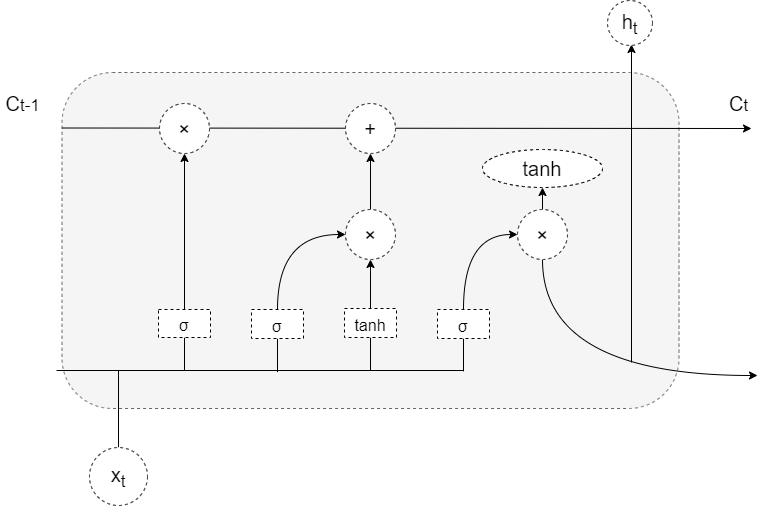
lakomi/pictures keeps this draw.io diagram as Untitled Diagram.drawio.png. Above is the earlier version. Source tidied: cells renumbered, new cells last; positions are measured from the earlier drawing's top-left corner, leaving out a move shared by most shapes.
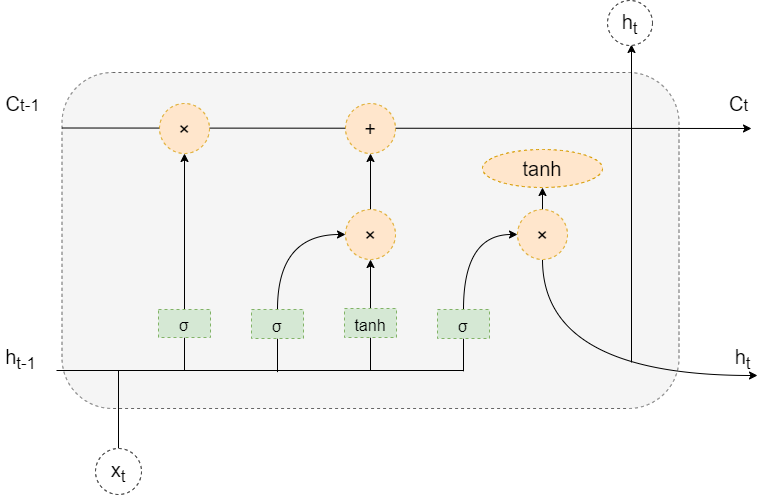
The same file after the commit.

Diff of the diagram source:
```diff
@@ -10,8 +10,8 @@
         <mxPoint x="118" y="370" as="targetPoint" />
       </mxGeometry>
     </mxCell>
-    <mxCell id="4" value="x&lt;sub&gt;t&lt;br&gt;&lt;/sub&gt;" style="ellipse;whiteSpace=wrap;html=1;dashed=1;fontSize=20;strokeColor=#000000;strokeWidth=1;" parent="1" vertex="1">
-      <mxGeometry x="89" y="447" width="58" height="58" as="geometry" />
+    <mxCell id="4" value="x&lt;sub&gt;t&lt;/sub&gt;" style="ellipse;whiteSpace=wrap;html=1;dashed=1;fontSize=20;strokeColor=#000000;strokeWidth=1;" parent="1" vertex="1">
+      <mxGeometry x="95" y="448" width="46" height="46" as="geometry" />
     </mxCell>
     <mxCell id="5" style="edgeStyle=orthogonalEdgeStyle;rounded=0;jettySize=auto;html=1;exitX=0.5;exitY=0;exitDx=0;exitDy=0;entryX=0.5;entryY=1;entryDx=0;entryDy=0;fontSize=20;" parent="1" edge="1" source="7" target="24">
       <mxGeometry relative="1" as="geometry" />
@@ -21,7 +21,7 @@
         <mxPoint x="184" y="370" as="targetPoint" />
       </mxGeometry>
     </mxCell>
-    <mxCell id="7" value="&lt;p class=&quot;MsoNormal&quot;&gt;&lt;span style=&quot;font-size: 12.0000pt&quot;&gt;σ&lt;/span&gt;&lt;/p&gt;" style="rounded=0;whiteSpace=wrap;html=1;dashed=1;fontSize=20;strokeColor=#000000;strokeWidth=1;" parent="1" vertex="1">
+    <mxCell id="7" value="&lt;p class=&quot;MsoNormal&quot;&gt;&lt;span style=&quot;font-size: 12.0000pt&quot;&gt;σ&lt;/span&gt;&lt;/p&gt;" style="rounded=0;whiteSpace=wrap;html=1;dashed=1;fontSize=20;strokeColor=#82b366;strokeWidth=1;fillColor=#d5e8d4;" parent="1" vertex="1">
       <mxGeometry x="158" y="309" width="52" height="28" as="geometry" />
     </mxCell>
     <mxCell id="8" style="edgeStyle=orthogonalEdgeStyle;rounded=0;jettySize=auto;html=1;exitX=0.5;exitY=0;exitDx=0;exitDy=0;entryX=0;entryY=0.5;entryDx=0;entryDy=0;fontSize=20;curved=1;" parent="1" edge="1" source="10" target="18">
@@ -32,7 +32,7 @@
         <mxPoint x="277" y="371.6" as="targetPoint" />
       </mxGeometry>
     </mxCell>
-    <mxCell id="10" value="&lt;p class=&quot;MsoNormal&quot;&gt;&lt;span style=&quot;font-size: 12.0000pt&quot;&gt;σ&lt;/span&gt;&lt;/p&gt;" style="rounded=0;whiteSpace=wrap;html=1;dashed=1;fontSize=20;strokeColor=#000000;strokeWidth=1;" parent="1" vertex="1">
+    <mxCell id="10" value="&lt;p class=&quot;MsoNormal&quot;&gt;&lt;span style=&quot;font-size: 12.0000pt&quot;&gt;σ&lt;/span&gt;&lt;/p&gt;" style="rounded=0;whiteSpace=wrap;html=1;dashed=1;fontSize=20;strokeColor=#82b366;strokeWidth=1;fillColor=#d5e8d4;" parent="1" vertex="1">
       <mxGeometry x="251" y="309" width="52" height="29" as="geometry" />
     </mxCell>
     <mxCell id="11" style="edgeStyle=orthogonalEdgeStyle;rounded=0;jettySize=auto;html=1;exitX=0.5;exitY=0;exitDx=0;exitDy=0;entryX=0.5;entryY=1;entryDx=0;entryDy=0;fontSize=20;" parent="1" edge="1" source="13" target="18">
@@ -43,7 +43,7 @@
         <mxPoint x="370" y="370" as="targetPoint" />
       </mxGeometry>
     </mxCell>
-    <mxCell id="13" value="&lt;p class=&quot;MsoNormal&quot;&gt;&lt;span style=&quot;font-size: 12.0000pt&quot;&gt;tanh&lt;/span&gt;&lt;/p&gt;" style="rounded=0;whiteSpace=wrap;html=1;dashed=1;fontSize=20;strokeColor=#000000;strokeWidth=1;" parent="1" vertex="1">
+    <mxCell id="13" value="&lt;p class=&quot;MsoNormal&quot;&gt;&lt;span style=&quot;font-size: 12.0000pt&quot;&gt;tanh&lt;/span&gt;&lt;/p&gt;" style="rounded=0;whiteSpace=wrap;html=1;dashed=1;fontSize=20;strokeColor=#82b366;strokeWidth=1;fillColor=#d5e8d4;" parent="1" vertex="1">
       <mxGeometry x="344" y="308" width="52" height="29" as="geometry" />
     </mxCell>
     <mxCell id="14" style="edgeStyle=orthogonalEdgeStyle;rounded=0;jettySize=auto;html=1;exitX=0.5;exitY=0;exitDx=0;exitDy=0;entryX=0;entryY=0.5;entryDx=0;entryDy=0;fontSize=20;curved=1;" parent="1" edge="1" source="16" target="21">
@@ -54,13 +54,13 @@
         <mxPoint x="463" y="370.8" as="targetPoint" />
       </mxGeometry>
     </mxCell>
-    <mxCell id="16" value="&lt;p class=&quot;MsoNormal&quot;&gt;&lt;span style=&quot;font-size: 12.0000pt&quot;&gt;σ&lt;/span&gt;&lt;/p&gt;" style="rounded=0;whiteSpace=wrap;html=1;dashed=1;fontSize=20;strokeColor=#000000;strokeWidth=1;" parent="1" vertex="1">
+    <mxCell id="16" value="&lt;p class=&quot;MsoNormal&quot;&gt;&lt;span style=&quot;font-size: 12.0000pt&quot;&gt;σ&lt;/span&gt;&lt;/p&gt;" style="rounded=0;whiteSpace=wrap;html=1;dashed=1;fontSize=20;strokeColor=#82b366;strokeWidth=1;fillColor=#d5e8d4;" parent="1" vertex="1">
       <mxGeometry x="437" y="309" width="52" height="29" as="geometry" />
     </mxCell>
     <mxCell id="17" style="edgeStyle=orthogonalEdgeStyle;rounded=0;jettySize=auto;html=1;exitX=0.5;exitY=0;exitDx=0;exitDy=0;entryX=0.5;entryY=1;entryDx=0;entryDy=0;fontSize=20;" parent="1" edge="1" source="18" target="25">
       <mxGeometry relative="1" as="geometry" />
     </mxCell>
-    <mxCell id="18" value="×" style="ellipse;whiteSpace=wrap;html=1;dashed=1;fontSize=20;strokeColor=#000000;strokeWidth=1;" parent="1" vertex="1">
+    <mxCell id="18" value="×" style="ellipse;whiteSpace=wrap;html=1;dashed=1;fontSize=20;strokeColor=#d79b00;strokeWidth=1;fillColor=#ffe6cc;" parent="1" vertex="1">
       <mxGeometry x="345" y="209" width="50" height="50" as="geometry" />
     </mxCell>
     <mxCell id="19" style="edgeStyle=orthogonalEdgeStyle;rounded=0;jettySize=auto;html=1;exitX=0.5;exitY=0;exitDx=0;exitDy=0;entryX=0.5;entryY=1;entryDx=0;entryDy=0;fontSize=20;" parent="1" edge="1" source="21" target="22">
@@ -75,10 +75,10 @@
         </Array>
       </mxGeometry>
     </mxCell>
-    <mxCell id="21" value="×" style="ellipse;whiteSpace=wrap;html=1;dashed=1;fontSize=20;strokeColor=#000000;strokeWidth=1;" parent="1" vertex="1">
+    <mxCell id="21" value="×" style="ellipse;whiteSpace=wrap;html=1;dashed=1;fontSize=20;strokeColor=#d79b00;strokeWidth=1;fillColor=#ffe6cc;" parent="1" vertex="1">
       <mxGeometry x="517" y="209" width="50" height="50" as="geometry" />
     </mxCell>
-    <mxCell id="22" value="tanh" style="ellipse;whiteSpace=wrap;html=1;dashed=1;fontSize=20;strokeColor=#000000;strokeWidth=1;" parent="1" vertex="1">
+    <mxCell id="22" value="tanh" style="ellipse;whiteSpace=wrap;html=1;dashed=1;fontSize=20;strokeColor=#d79b00;strokeWidth=1;fillColor=#ffe6cc;" parent="1" vertex="1">
       <mxGeometry x="482" y="149" width="120" height="38" as="geometry" />
     </mxCell>
     <mxCell id="23" style="endArrow=classic;html=1;rounded=0;fontSize=20;curved=1;" parent="1" edge="1">
@@ -87,10 +87,10 @@
         <mxPoint x="751" y="128" as="targetPoint" />
       </mxGeometry>
     </mxCell>
-    <mxCell id="24" value="×" style="ellipse;whiteSpace=wrap;html=1;dashed=1;fontSize=20;strokeColor=#000000;strokeWidth=1;" parent="1" vertex="1">
+    <mxCell id="24" value="×" style="ellipse;whiteSpace=wrap;html=1;dashed=1;fontSize=20;strokeColor=#d79b00;strokeWidth=1;fillColor=#ffe6cc;" parent="1" vertex="1">
       <mxGeometry x="159" y="103" width="50" height="50" as="geometry" />
     </mxCell>
-    <mxCell id="25" value="+" style="ellipse;whiteSpace=wrap;html=1;dashed=1;fontSize=20;strokeColor=#000000;strokeWidth=1;" parent="1" vertex="1">
+    <mxCell id="25" value="+" style="ellipse;whiteSpace=wrap;html=1;dashed=1;fontSize=20;strokeColor=#d79b00;strokeWidth=1;fillColor=#ffe6cc;" parent="1" vertex="1">
       <mxGeometry x="345" y="103" width="50" height="50" as="geometry" />
     </mxCell>
     <mxCell id="26" style="endArrow=none;html=1;rounded=0;fontSize=20;curved=1;" parent="1" edge="1">
@@ -114,5 +114,11 @@
     <mxCell id="30" value="h&lt;sub&gt;t&lt;/sub&gt;" style="ellipse;whiteSpace=wrap;html=1;dashed=1;fontSize=20;strokeColor=#000000;strokeWidth=1;" parent="1" vertex="1">
       <mxGeometry x="607" width="45" height="45" as="geometry" />
     </mxCell>
+    <mxCell id="31" value="h&lt;sub&gt;t&lt;br&gt;&lt;/sub&gt;" style="text;html=1;align=center;verticalAlign=middle;strokeColor=none;fillColor=none;fontSize=20;" parent="1" vertex="1">
+      <mxGeometry x="729" y="341" width="26" height="34" as="geometry" />
+    </mxCell>
+    <mxCell id="32" value="h&lt;sub&gt;t-1&lt;br&gt;&lt;/sub&gt;" style="text;html=1;align=center;verticalAlign=middle;strokeColor=none;fillColor=none;fontSize=20;" parent="1" vertex="1">
+      <mxGeometry y="341" width="40" height="34" as="geometry" />
+    </mxCell>
   </root>
 </mxGraphModel>
```
